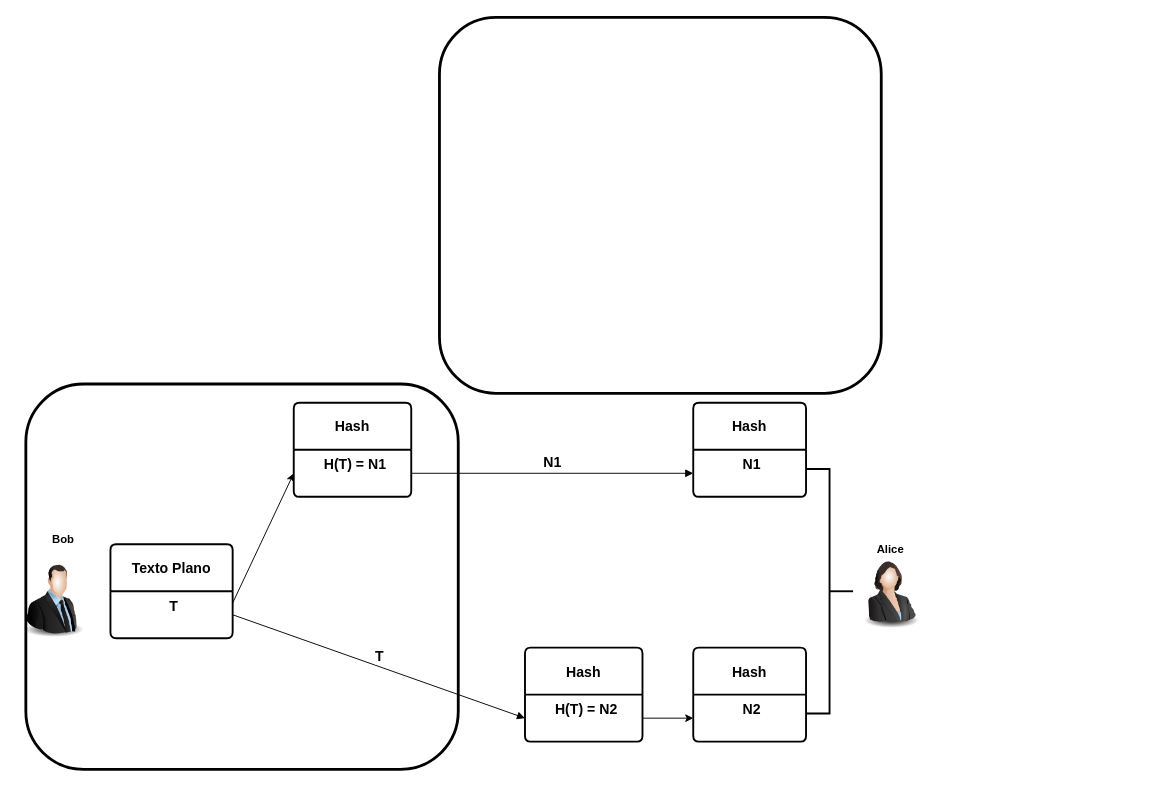
Earlier version of the draw.io diagram conceitos/img/hash.drawio (abreuferr/criptografia). Source tidied: cells renumbered, new cells numbered last; positions are measured from the earlier drawing's top-left corner, leaving out a move shared by most shapes. Both pictures are drawn from the tidied source at 94%, with x=0, y=0 at pixel (16, 17).
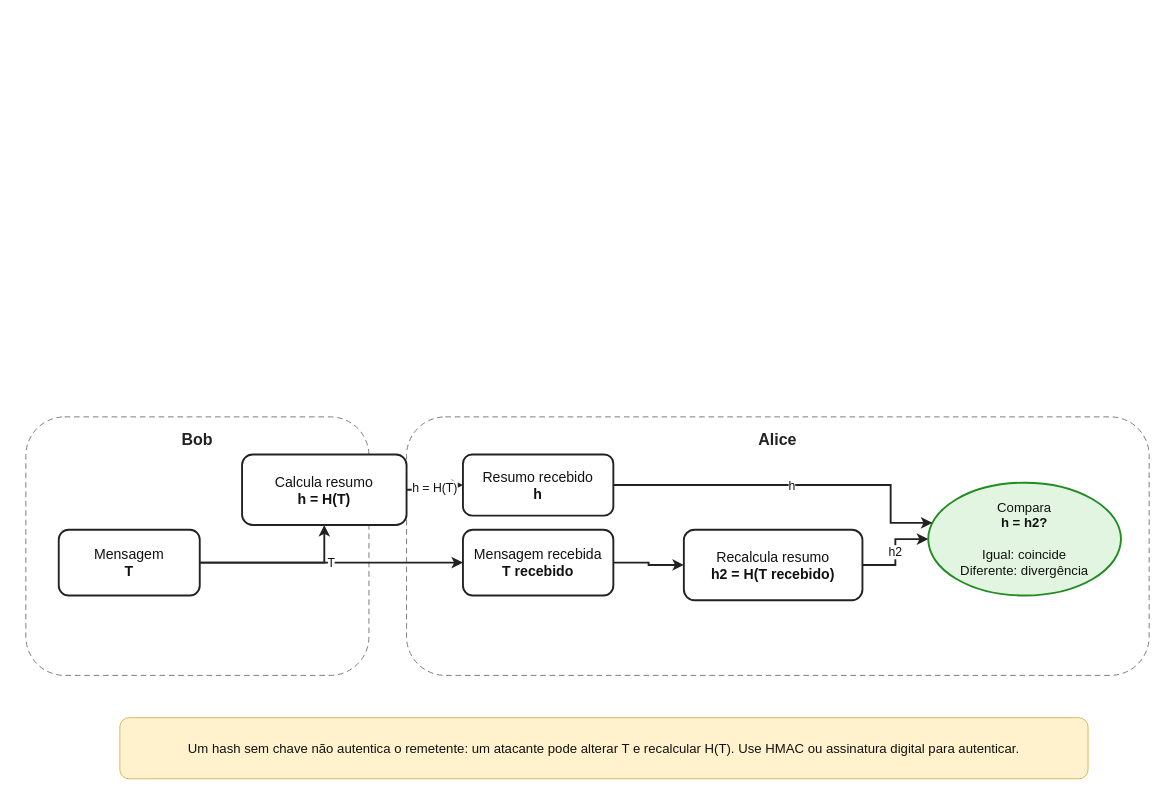
Above is the later version.

Commit message (it also covers changes not shown here):
Corrige diagrama e explicação de hash

The edit, as a diff of the source:
```diff
@@
-<mxGraphModel>
+<mxGraphModel background="#ffffff">
@@
-    <mxCell id="2" value="Bob" style="text;html=1;align=center;verticalAlign=middle;whiteSpace=wrap;rounded=0;fontStyle=1;" parent="1" vertex="1">
-      <mxGeometry x="20" y="540.5" width="60" height="30" as="geometry" />
+    <mxCell id="2" value="Bob" style="rounded=1;whiteSpace=wrap;html=1;fillColor=none;strokeColor=#777777;strokeWidth=1;dashed=1;dashPattern=6 4;fontColor=#222222;fontSize=17;fontStyle=1;verticalAlign=top;spacingTop=8;" parent="1" vertex="1">
+      <mxGeometry x="10" y="425" width="365" height="275" as="geometry" />
     </mxCell>
-    <mxCell id="3" value="Alice" style="text;html=1;align=center;verticalAlign=middle;whiteSpace=wrap;rounded=0;fontStyle=1;" parent="1" vertex="1">
-      <mxGeometry x="900" y="550.5" width="60" height="30" as="geometry" />
+    <mxCell id="3" value="Alice" style="rounded=1;whiteSpace=wrap;html=1;fillColor=none;strokeColor=#777777;strokeWidth=1;dashed=1;dashPattern=6 4;fontColor=#222222;fontSize=17;fontStyle=1;verticalAlign=top;spacingTop=8;" parent="1" vertex="1">
+      <mxGeometry x="415" y="425" width="790" height="275" as="geometry" />
     </mxCell>
-    <mxCell id="4" style="strokeWidth=2;html=1;shape=mxgraph.flowchart.annotation_2;align=left;labelPosition=right;direction=west;" parent="1" vertex="1">
-      <mxGeometry x="840" y="480.5" width="50" height="260" as="geometry" />
-    </mxCell>
-    <mxCell id="5" style="image;html=1;image=img/lib/clip_art/people/Suit_Woman_128x128.png;" parent="1" vertex="1">
-      <mxGeometry x="890" y="570.5" width="80" height="80" as="geometry" />
-    </mxCell>
-    <mxCell id="6" style="image;html=1;image=img/lib/clip_art/people/Suit_Man_128x128.png;" parent="1" vertex="1">
-      <mxGeometry y="580.5" width="80" height="80" as="geometry" />
-    </mxCell>
-    <mxCell id="7" value="&lt;b&gt;&lt;font style=&quot;font-size: 15px;&quot;&gt;Texto Plano&lt;/font&gt;&lt;/b&gt;" style="swimlane;horizontal=1;startSize=50;rounded=1;fontSize=14;fontStyle=0;strokeWidth=2;shadow=0;dashed=0;align=center;arcSize=4;whiteSpace=wrap;html=1;" parent="1" vertex="1">
-      <mxGeometry x="100" y="560.5" width="130" height="100" as="geometry" />
-    </mxCell>
-    <mxCell id="8" value="&lt;b&gt;&lt;font style=&quot;font-size: 15px;&quot;&gt;T&lt;/font&gt;&lt;/b&gt;" style="align=center;strokeColor=none;fillColor=none;spacingLeft=4;fontSize=12;verticalAlign=top;html=1;" parent="7" vertex="1">
-      <mxGeometry y="50" width="130" height="50" as="geometry" />
-    </mxCell>
-    <mxCell id="9" style="rounded=1;whiteSpace=wrap;html=1;fillColor=none;strokeWidth=3;" parent="7" vertex="1">
-      <mxGeometry y="100" width="130" as="geometry" />
-    </mxCell>
-    <mxCell id="10" style="rounded=1;whiteSpace=wrap;html=1;fillColor=none;strokeWidth=3;" parent="7" vertex="1">
-      <mxGeometry y="100" width="130" as="geometry" />
-    </mxCell>
-    <mxCell id="11" style="rounded=1;whiteSpace=wrap;html=1;fillColor=none;strokeWidth=3;" parent="7" vertex="1">
-      <mxGeometry y="100" width="130" as="geometry" />
-    </mxCell>
-    <mxCell id="12" style="rounded=1;whiteSpace=wrap;html=1;fillColor=none;strokeWidth=3;" parent="7" vertex="1">
-      <mxGeometry y="100" width="130" as="geometry" />
-    </mxCell>
-    <mxCell id="13" style="rounded=1;whiteSpace=wrap;html=1;fillColor=none;strokeWidth=3;" parent="7" vertex="1">
-      <mxGeometry y="100" width="130" as="geometry" />
-    </mxCell>
-    <mxCell id="14" style="rounded=1;whiteSpace=wrap;html=1;" parent="7" vertex="1">
-      <mxGeometry y="100" width="130" as="geometry" />
-    </mxCell>
-    <mxCell id="15" value="&lt;b&gt;&lt;font style=&quot;font-size: 15px;&quot;&gt;Hash&lt;/font&gt;&lt;/b&gt;" style="swimlane;horizontal=1;startSize=50;rounded=1;fontSize=14;fontStyle=0;strokeWidth=2;shadow=0;dashed=0;align=center;arcSize=4;whiteSpace=wrap;html=1;" parent="1" vertex="1">
-      <mxGeometry x="295" y="410" width="125" height="100" as="geometry" />
-    </mxCell>
-    <mxCell id="16" value="&lt;b style=&quot;font-size: 15px;&quot;&gt;H(T)&lt;/b&gt;&lt;span style=&quot;font-size: 15px;&quot;&gt;&lt;b&gt;&amp;nbsp;= N1&lt;/b&gt;&lt;/span&gt;" style="align=center;strokeColor=none;fillColor=none;spacingLeft=4;fontSize=12;verticalAlign=top;html=1;" parent="15" vertex="1">
-      <mxGeometry y="50" width="125" height="50" as="geometry" />
-    </mxCell>
-    <mxCell id="17" value="&lt;b&gt;&lt;font style=&quot;font-size: 15px;&quot;&gt;Hash&lt;/font&gt;&lt;/b&gt;" style="swimlane;horizontal=1;startSize=50;rounded=1;fontSize=14;fontStyle=0;strokeWidth=2;shadow=0;dashed=0;align=center;arcSize=4;whiteSpace=wrap;html=1;" parent="1" vertex="1">
-      <mxGeometry x="720" y="410" width="120" height="100" as="geometry" />
-    </mxCell>
-    <mxCell id="18" value="&lt;span style=&quot;font-size: 15px;&quot;&gt;&lt;b&gt;N1&lt;/b&gt;&lt;/span&gt;" style="align=center;strokeColor=none;fillColor=none;spacingLeft=4;fontSize=12;verticalAlign=top;html=1;" parent="17" vertex="1">
-      <mxGeometry y="50" width="120" height="50" as="geometry" />
-    </mxCell>
-    <mxCell id="19" value="&lt;b&gt;&lt;font style=&quot;font-size: 15px;&quot;&gt;Hash&lt;/font&gt;&lt;/b&gt;" style="swimlane;horizontal=1;startSize=50;rounded=1;fontSize=14;fontStyle=0;strokeWidth=2;shadow=0;dashed=0;align=center;arcSize=4;whiteSpace=wrap;html=1;" parent="1" vertex="1">
-      <mxGeometry x="541" y="670.5" width="125" height="100" as="geometry" />
-    </mxCell>
-    <mxCell id="20" value="&lt;b style=&quot;font-size: 15px;&quot;&gt;H(T) =&amp;nbsp;&lt;/b&gt;&lt;span style=&quot;font-size: 15px;&quot;&gt;&lt;b&gt;N2&lt;/b&gt;&lt;/span&gt;" style="align=center;strokeColor=none;fillColor=none;spacingLeft=4;fontSize=12;verticalAlign=top;html=1;" parent="19" vertex="1">
-      <mxGeometry y="50" width="125" height="50" as="geometry" />
-    </mxCell>
-    <mxCell id="21" style="endArrow=classic;html=1;rounded=0;exitX=1;exitY=0.25;exitDx=0;exitDy=0;entryX=0;entryY=0.75;entryDx=0;entryDy=0;" parent="1" edge="1" source="8" target="15">
-      <mxGeometry relative="1" as="geometry" />
-    </mxCell>
-    <mxCell id="22" value="&lt;b&gt;&lt;font style=&quot;font-size: 15px;&quot;&gt;N1&lt;/font&gt;&lt;/b&gt;" style="html=1;verticalAlign=bottom;endArrow=block;curved=0;rounded=0;exitX=1;exitY=0.5;exitDx=0;exitDy=0;entryX=0;entryY=0.75;entryDx=0;entryDy=0;" parent="1" edge="1" source="16" target="17">
-      <mxGeometry relative="1" as="geometry" />
-    </mxCell>
-    <mxCell id="23" value="&lt;b&gt;&lt;font style=&quot;font-size: 15px;&quot;&gt;T&lt;/font&gt;&lt;/b&gt;" style="html=1;verticalAlign=bottom;endArrow=block;curved=0;rounded=0;exitX=1;exitY=0.5;exitDx=0;exitDy=0;entryX=0;entryY=0.75;entryDx=0;entryDy=0;" parent="1" edge="1" source="8" target="19">
-      <mxGeometry relative="1" as="geometry" />
-    </mxCell>
-    <mxCell id="24" value="&lt;b&gt;&lt;font style=&quot;font-size: 15px;&quot;&gt;Hash&lt;/font&gt;&lt;/b&gt;" style="swimlane;horizontal=1;startSize=50;rounded=1;fontSize=14;fontStyle=0;strokeWidth=2;shadow=0;dashed=0;align=center;arcSize=4;whiteSpace=wrap;html=1;" parent="1" vertex="1">
-      <mxGeometry x="720" y="670.5" width="120" height="100" as="geometry" />
-    </mxCell>
-    <mxCell id="25" value="&lt;span style=&quot;font-size: 15px;&quot;&gt;&lt;b&gt;N2&lt;/b&gt;&lt;/span&gt;" style="align=center;strokeColor=none;fillColor=none;spacingLeft=4;fontSize=12;verticalAlign=top;html=1;" parent="24" vertex="1">
-      <mxGeometry y="50" width="120" height="50" as="geometry" />
-    </mxCell>
-    <mxCell id="26" style="endArrow=classic;html=1;rounded=0;exitX=1;exitY=0.5;exitDx=0;exitDy=0;" parent="1" edge="1" source="20" target="25">
-      <mxGeometry relative="1" as="geometry" />
-    </mxCell>
-    <mxCell id="27" style="rounded=1;whiteSpace=wrap;html=1;fillColor=none;strokeWidth=3;" parent="1" vertex="1">
-      <mxGeometry x="450" width="470" height="400" as="geometry" />
-    </mxCell>
-    <mxCell id="28" style="rounded=1;whiteSpace=wrap;html=1;fillColor=none;strokeWidth=3;" parent="1" vertex="1">
-      <mxGeometry x="10" y="390" width="460" height="410" as="geometry" />
-    </mxCell>
+    <mxCell id="29" value="Mensagem&lt;br&gt;&lt;b&gt;T&lt;/b&gt;" style="rounded=1;whiteSpace=wrap;html=1;fillColor=#ffffff;strokeColor=#222222;strokeWidth=2;fontColor=#111111;fontSize=15;align=center;verticalAlign=middle;" parent="1" vertex="1">
+      <mxGeometry x="45" y="545" width="150" height="70" as="geometry" />
+    </mxCell>
+    <mxCell id="30" value="Calcula resumo&lt;br&gt;&lt;b&gt;h = H(T)&lt;/b&gt;" style="rounded=1;whiteSpace=wrap;html=1;fillColor=#ffffff;strokeColor=#222222;strokeWidth=2;fontColor=#111111;fontSize=15;align=center;verticalAlign=middle;" parent="1" vertex="1">
+      <mxGeometry x="240" y="465" width="175" height="75" as="geometry" />
+    </mxCell>
+    <mxCell id="31" value="Mensagem recebida&lt;br&gt;&lt;b&gt;T recebido&lt;/b&gt;" style="rounded=1;whiteSpace=wrap;html=1;fillColor=#ffffff;strokeColor=#222222;strokeWidth=2;fontColor=#111111;fontSize=15;align=center;verticalAlign=middle;" parent="1" vertex="1">
+      <mxGeometry x="475" y="545" width="160" height="70" as="geometry" />
+    </mxCell>
+    <mxCell id="32" value="Recalcula resumo&lt;br&gt;&lt;b&gt;h2 = H(T recebido)&lt;/b&gt;" style="rounded=1;whiteSpace=wrap;html=1;fillColor=#ffffff;strokeColor=#222222;strokeWidth=2;fontColor=#111111;fontSize=15;align=center;verticalAlign=middle;" parent="1" vertex="1">
+      <mxGeometry x="710" y="545" width="190" height="75" as="geometry" />
+    </mxCell>
+    <mxCell id="33" value="Resumo recebido&lt;br&gt;&lt;b&gt;h&lt;/b&gt;" style="rounded=1;whiteSpace=wrap;html=1;fillColor=#ffffff;strokeColor=#222222;strokeWidth=2;fontColor=#111111;fontSize=15;align=center;verticalAlign=middle;" parent="1" vertex="1">
+      <mxGeometry x="475" y="465" width="160" height="65" as="geometry" />
+    </mxCell>
+    <mxCell id="34" value="Compara&lt;br&gt;&lt;b&gt;h = h2?&lt;/b&gt;&lt;br&gt;&lt;br&gt;Igual: coincide&lt;br&gt;Diferente: divergência" style="ellipse;whiteSpace=wrap;html=1;fillColor=#e1f5e1;strokeColor=#228b22;strokeWidth=2;fontColor=#111111;fontSize=14;align=center;verticalAlign=middle;" parent="1" vertex="1">
+      <mxGeometry x="970" y="495" width="205" height="120" as="geometry" />
+    </mxCell>
+    <mxCell id="35" value="Um hash sem chave não autentica o remetente: um atacante pode alterar T e recalcular H(T). Use HMAC ou assinatura digital para autenticar." style="rounded=1;whiteSpace=wrap;html=1;fillColor=#fff2cc;strokeColor=#d6b656;strokeWidth=1;fontColor=#111111;fontSize=14;align=center;verticalAlign=middle;" parent="1" vertex="1">
+      <mxGeometry x="110" y="745" width="1030" height="65" as="geometry" />
+    </mxCell>
+    <mxCell id="36" style="edgeStyle=orthogonalEdgeStyle;rounded=0;jettySize=auto;html=1;strokeColor=#222222;strokeWidth=2;endArrow=classic;endFill=1;fontColor=#111111;fontSize=13;" parent="1" edge="1" source="29" target="30">
+      <mxGeometry relative="1" as="geometry" />
+    </mxCell>
+    <mxCell id="37" value="T" style="edgeStyle=orthogonalEdgeStyle;rounded=0;jettySize=auto;html=1;strokeColor=#222222;strokeWidth=2;endArrow=classic;endFill=1;fontColor=#111111;fontSize=13;" parent="1" edge="1" source="29" target="31">
+      <mxGeometry relative="1" as="geometry" />
+    </mxCell>
+    <mxCell id="38" value="h = H(T)" style="edgeStyle=orthogonalEdgeStyle;rounded=0;jettySize=auto;html=1;strokeColor=#222222;strokeWidth=2;endArrow=classic;endFill=1;fontColor=#111111;fontSize=13;" parent="1" edge="1" source="30" target="33">
+      <mxGeometry relative="1" as="geometry" />
+    </mxCell>
+    <mxCell id="39" style="edgeStyle=orthogonalEdgeStyle;rounded=0;jettySize=auto;html=1;strokeColor=#222222;strokeWidth=2;endArrow=classic;endFill=1;fontColor=#111111;fontSize=13;" parent="1" edge="1" source="31" target="32">
+      <mxGeometry relative="1" as="geometry" />
+    </mxCell>
+    <mxCell id="40" value="h" style="edgeStyle=orthogonalEdgeStyle;rounded=0;jettySize=auto;html=1;strokeColor=#222222;strokeWidth=2;endArrow=classic;endFill=1;fontColor=#111111;fontSize=13;exitX=1;exitY=0.5;entryX=0;entryY=0.35;" parent="1" edge="1" source="33" target="34">
+      <mxGeometry relative="1" as="geometry">
+        <Array as="points">
+          <mxPoint x="930" y="498" />
+          <mxPoint x="930" y="537" />
+        </Array>
+      </mxGeometry>
+    </mxCell>
+    <mxCell id="41" value="h2" style="edgeStyle=orthogonalEdgeStyle;rounded=0;jettySize=auto;html=1;strokeColor=#222222;strokeWidth=2;endArrow=classic;endFill=1;fontColor=#111111;fontSize=13;" parent="1" edge="1" source="32" target="34">
+      <mxGeometry relative="1" as="geometry" />
+    </mxCell>
```
